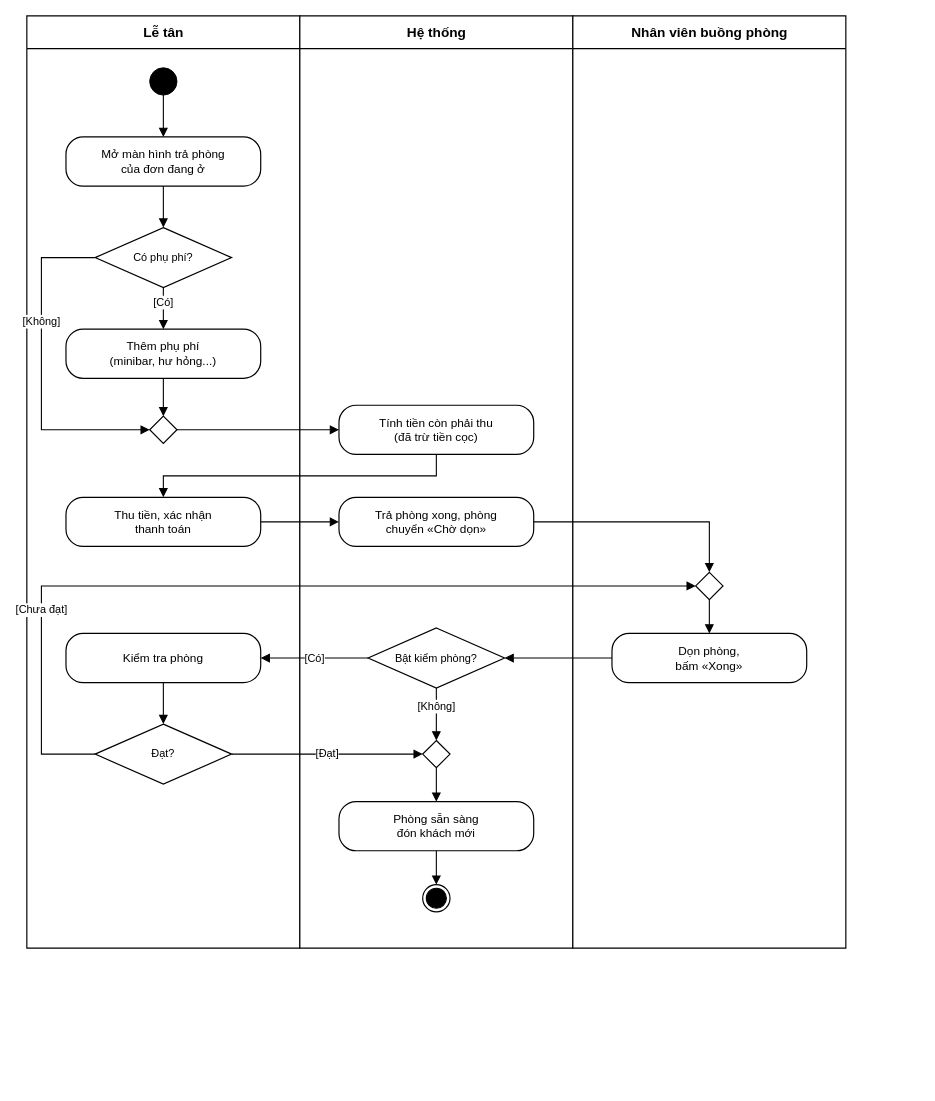
Before: docs/thiet-ke/hd-tra-phong-don-phong.drawio in ngynquchn2511/beach-hotel, a draw.io diagram. Source tidied: cells renumbered, new cells numbered last; positions are measured from the earlier drawing's top-left corner, leaving out a move shared by most shapes. Both pictures are drawn from the tidied source at 91%, with x=0, y=0 at pixel (26, 15).
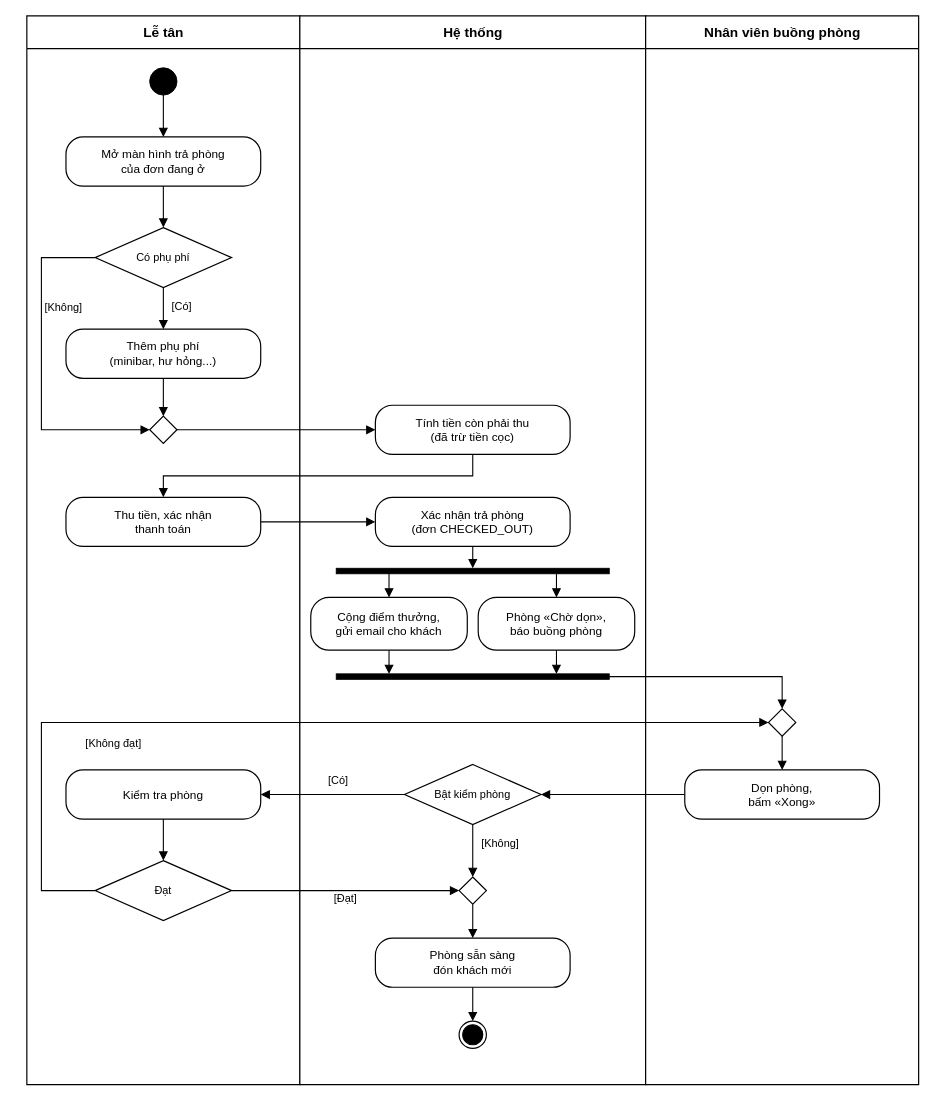
The same diagram, later.

The change refers to these unchanged cells:
```xml
<mxCell id="8" value="Thêm phụ phí&lt;br&gt;(minibar, hư hỏng...)" style="fontFamily=Arial;fontColor=#000000;rounded=1;whiteSpace=wrap;html=1;arcSize=35;fillColor=#FFFFFF;strokeColor=#000000;strokeWidth=1.3;fontSize=13;spacing=6;" parent="1" vertex="1">
  <mxGeometry x="43" y="344.2" width="214" height="54" as="geometry" />
</mxCell>
<mxCell id="9" style="fontFamily=Arial;fontColor=#000000;rhombus;whiteSpace=wrap;html=1;fillColor=#FFFFFF;strokeColor=#000000;strokeWidth=1.3;fontSize=12;" parent="1" vertex="1">
  <mxGeometry x="135" y="439.8" width="30" height="30" as="geometry" />
</mxCell>
<mxCell id="11" value="Thu tiền, xác nhận&lt;br&gt;thanh toán" style="fontFamily=Arial;fontColor=#000000;rounded=1;whiteSpace=wrap;html=1;arcSize=35;fillColor=#FFFFFF;strokeColor=#000000;strokeWidth=1.3;fontSize=13;spacing=6;" parent="1" vertex="1">
  <mxGeometry x="43" y="529" width="214" height="54" as="geometry" />
</mxCell>
```

Diff of the diagram source:
```diff
@@
     <mxCell id="2" value="Lễ tân" style="fontFamily=Arial;fontColor=#000000;swimlane;horizontal=1;startSize=36;html=1;fillColor=#FFFFFF;strokeColor=#000000;strokeWidth=1.3;fontSize=15;fontStyle=1;swimlaneFillColor=#FFFFFF;" parent="1" vertex="1">
-      <mxGeometry width="300" height="1024.4" as="geometry" />
+      <mxGeometry width="300" height="1174.4" as="geometry" />
     </mxCell>
     <mxCell id="3" value="Hệ thống" style="fontFamily=Arial;fontColor=#000000;swimlane;horizontal=1;startSize=36;html=1;fillColor=#FFFFFF;strokeColor=#000000;strokeWidth=1.3;fontSize=15;fontStyle=1;swimlaneFillColor=#FFFFFF;" parent="1" vertex="1">
-      <mxGeometry x="300" width="300" height="1024.4" as="geometry" />
+      <mxGeometry x="300" width="380" height="1174.4" as="geometry" />
     </mxCell>
     <mxCell id="4" value="Nhân viên buồng phòng" style="fontFamily=Arial;fontColor=#000000;swimlane;horizontal=1;startSize=36;html=1;fillColor=#FFFFFF;strokeColor=#000000;strokeWidth=1.3;fontSize=15;fontStyle=1;swimlaneFillColor=#FFFFFF;" parent="1" vertex="1">
-      <mxGeometry x="600" width="300" height="1024.4" as="geometry" />
+      <mxGeometry x="680" width="300" height="1174.4" as="geometry" />
     </mxCell>
@@
-    <mxCell id="7" value="Có phụ phí?" style="fontFamily=Arial;fontColor=#000000;rhombus;whiteSpace=wrap;html=1;fillColor=#FFFFFF;strokeColor=#000000;strokeWidth=1.3;fontSize=12;" parent="1" vertex="1">
+    <mxCell id="7" value="Có phụ phí" style="fontFamily=Arial;fontColor=#000000;rhombus;whiteSpace=wrap;html=1;fillColor=#FFFFFF;strokeColor=#000000;strokeWidth=1.3;fontSize=12;" parent="1" vertex="1">
       <mxGeometry x="75" y="232.6" width="150" height="66" as="geometry" />
     </mxCell>
@@
     <mxCell id="10" value="Tính tiền còn phải thu&lt;br&gt;(đã trừ tiền cọc)" style="fontFamily=Arial;fontColor=#000000;rounded=1;whiteSpace=wrap;html=1;arcSize=35;fillColor=#FFFFFF;strokeColor=#000000;strokeWidth=1.3;fontSize=13;spacing=6;" parent="1" vertex="1">
-      <mxGeometry x="343" y="427.8" width="214" height="54" as="geometry" />
+      <mxGeometry x="383" y="427.8" width="214" height="54" as="geometry" />
     </mxCell>
@@
-    <mxCell id="12" value="Trả phòng xong, phòng&lt;br&gt;chuyển «Chờ dọn»" style="fontFamily=Arial;fontColor=#000000;rounded=1;whiteSpace=wrap;html=1;arcSize=35;fillColor=#FFFFFF;strokeColor=#000000;strokeWidth=1.3;fontSize=13;spacing=6;" parent="1" vertex="1">
-      <mxGeometry x="343" y="529" width="214" height="54" as="geometry" />
+    <mxCell id="12" value="Xác nhận trả phòng&lt;br&gt;(đơn CHECKED_OUT)" style="fontFamily=Arial;fontColor=#000000;rounded=1;whiteSpace=wrap;html=1;arcSize=35;fillColor=#FFFFFF;strokeColor=#000000;strokeWidth=1.3;fontSize=13;spacing=6;" parent="1" vertex="1">
+      <mxGeometry x="383" y="529" width="214" height="54" as="geometry" />
     </mxCell>
     <mxCell id="13" style="fontFamily=Arial;fontColor=#000000;rhombus;whiteSpace=wrap;html=1;fillColor=#FFFFFF;strokeColor=#000000;strokeWidth=1.3;fontSize=12;" parent="1" vertex="1">
-      <mxGeometry x="735" y="611.4" width="30" height="30" as="geometry" />
+      <mxGeometry x="815" y="761.4" width="30" height="30" as="geometry" />
     </mxCell>
     <mxCell id="14" value="Dọn phòng,&lt;br&gt;bấm «Xong»" style="fontFamily=Arial;fontColor=#000000;rounded=1;whiteSpace=wrap;html=1;arcSize=35;fillColor=#FFFFFF;strokeColor=#000000;strokeWidth=1.3;fontSize=13;spacing=6;" parent="1" vertex="1">
-      <mxGeometry x="643" y="678.6" width="214" height="54" as="geometry" />
+      <mxGeometry x="723" y="828.6" width="214" height="54" as="geometry" />
     </mxCell>
-    <mxCell id="15" value="Bật kiểm phòng?" style="fontFamily=Arial;fontColor=#000000;rhombus;whiteSpace=wrap;html=1;fillColor=#FFFFFF;strokeColor=#000000;strokeWidth=1.3;fontSize=12;" parent="1" vertex="1">
-      <mxGeometry x="375" y="672.6" width="150" height="66" as="geometry" />
+    <mxCell id="15" value="Bật kiểm phòng" style="fontFamily=Arial;fontColor=#000000;rhombus;whiteSpace=wrap;html=1;fillColor=#FFFFFF;strokeColor=#000000;strokeWidth=1.3;fontSize=12;" parent="1" vertex="1">
+      <mxGeometry x="415" y="822.6" width="150" height="66" as="geometry" />
     </mxCell>
     <mxCell id="16" value="Kiểm tra phòng" style="fontFamily=Arial;fontColor=#000000;rounded=1;whiteSpace=wrap;html=1;arcSize=35;fillColor=#FFFFFF;strokeColor=#000000;strokeWidth=1.3;fontSize=13;spacing=6;" parent="1" vertex="1">
-      <mxGeometry x="43" y="678.6" width="214" height="54" as="geometry" />
+      <mxGeometry x="43" y="828.6" width="214" height="54" as="geometry" />
     </mxCell>
-    <mxCell id="17" value="Đạt?" style="fontFamily=Arial;fontColor=#000000;rhombus;whiteSpace=wrap;html=1;fillColor=#FFFFFF;strokeColor=#000000;strokeWidth=1.3;fontSize=12;" parent="1" vertex="1">
-      <mxGeometry x="75" y="778.2" width="150" height="66" as="geometry" />
+    <mxCell id="17" value="Đạt" style="fontFamily=Arial;fontColor=#000000;rhombus;whiteSpace=wrap;html=1;fillColor=#FFFFFF;strokeColor=#000000;strokeWidth=1.3;fontSize=12;" parent="1" vertex="1">
+      <mxGeometry x="75" y="928.2" width="150" height="66" as="geometry" />
     </mxCell>
     <mxCell id="18" style="fontFamily=Arial;fontColor=#000000;rhombus;whiteSpace=wrap;html=1;fillColor=#FFFFFF;strokeColor=#000000;strokeWidth=1.3;fontSize=12;" parent="1" vertex="1">
-      <mxGeometry x="435" y="796.2" width="30" height="30" as="geometry" />
+      <mxGeometry x="475" y="946.2" width="30" height="30" as="geometry" />
     </mxCell>
     <mxCell id="19" value="Phòng sẵn sàng&lt;br&gt;đón khách mới" style="fontFamily=Arial;fontColor=#000000;rounded=1;whiteSpace=wrap;html=1;arcSize=35;fillColor=#FFFFFF;strokeColor=#000000;strokeWidth=1.3;fontSize=13;spacing=6;" parent="1" vertex="1">
-      <mxGeometry x="343" y="863.4" width="214" height="54" as="geometry" />
+      <mxGeometry x="383" y="1013.4" width="214" height="54" as="geometry" />
     </mxCell>
     <mxCell id="20" style="ellipse;html=1;shape=endState;fillColor=#000000;strokeColor=#000000;strokeWidth=1.3;" parent="1" vertex="1">
-      <mxGeometry x="435" y="954.6" width="30" height="30" as="geometry" />
+      <mxGeometry x="475" y="1104.6" width="30" height="30" as="geometry" />
     </mxCell>
@@
     <mxCell id="23" value="[Có]" style="fontFamily=Arial;fontColor=#000000;edgeStyle=orthogonalEdgeStyle;rounded=0;html=1;endArrow=block;endFill=1;endSize=7;strokeColor=#000000;strokeWidth=1.2;fontSize=12;labelBackgroundColor=#FFFFFF;exitX=0.5;exitY=1;exitDx=0;exitDy=0;entryX=0.5;entryY=0;entryDx=0;entryDy=0;" parent="1" edge="1" source="7" target="8">
-      <mxGeometry x="-0.3" relative="1" as="geometry" />
+      <mxGeometry x="-0.06" y="20" relative="1" as="geometry" />
     </mxCell>
     <mxCell id="24" value="[Không]" style="fontFamily=Arial;fontColor=#000000;edgeStyle=orthogonalEdgeStyle;rounded=0;html=1;endArrow=block;endFill=1;endSize=7;strokeColor=#000000;strokeWidth=1.2;fontSize=12;labelBackgroundColor=#FFFFFF;exitX=0;exitY=0.5;exitDx=0;exitDy=0;entryX=0;entryY=0.5;entryDx=0;entryDy=0;" parent="1" edge="1" source="7" target="9">
-      <mxGeometry x="-0.3" relative="1" as="geometry">
+      <mxGeometry x="-0.38" y="24" relative="1" as="geometry">
         <Array as="points">
           <mxPoint x="16" y="265.6" />
           <mxPoint x="16" y="454.8" />
         </Array>
       </mxGeometry>
     </mxCell>
@@
     <mxCell id="27" style="fontFamily=Arial;fontColor=#000000;edgeStyle=orthogonalEdgeStyle;rounded=0;html=1;endArrow=block;endFill=1;endSize=7;strokeColor=#000000;strokeWidth=1.2;fontSize=12;labelBackgroundColor=#FFFFFF;exitX=0.5;exitY=1;exitDx=0;exitDy=0;entryX=0.5;entryY=0;entryDx=0;entryDy=0;" parent="1" edge="1" source="10" target="11">
       <mxGeometry relative="1" as="geometry">
         <Array as="points">
-          <mxPoint x="450" y="505.4" />
+          <mxPoint x="490" y="505.4" />
           <mxPoint x="150" y="505.4" />
         </Array>
       </mxGeometry>
     </mxCell>
@@
-    <mxCell id="29" style="fontFamily=Arial;fontColor=#000000;edgeStyle=orthogonalEdgeStyle;rounded=0;html=1;endArrow=block;endFill=1;endSize=7;strokeColor=#000000;strokeWidth=1.2;fontSize=12;labelBackgroundColor=#FFFFFF;exitX=1;exitY=0.5;exitDx=0;exitDy=0;entryX=0.5;entryY=0;entryDx=0;entryDy=0;" parent="1" edge="1" source="12" target="13">
-      <mxGeometry relative="1" as="geometry">
-        <Array as="points">
-          <mxPoint x="750" y="556" />
-        </Array>
-      </mxGeometry>
-    </mxCell>
@@
     <mxCell id="32" value="[Có]" style="fontFamily=Arial;fontColor=#000000;edgeStyle=orthogonalEdgeStyle;rounded=0;html=1;endArrow=block;endFill=1;endSize=7;strokeColor=#000000;strokeWidth=1.2;fontSize=12;labelBackgroundColor=#FFFFFF;exitX=0;exitY=0.5;exitDx=0;exitDy=0;entryX=1;entryY=0.5;entryDx=0;entryDy=0;" parent="1" edge="1" source="15" target="16">
-      <mxGeometry relative="1" as="geometry" />
+      <mxGeometry x="-0.07" y="-16" relative="1" as="geometry" />
     </mxCell>
     <mxCell id="33" value="[Không]" style="fontFamily=Arial;fontColor=#000000;edgeStyle=orthogonalEdgeStyle;rounded=0;html=1;endArrow=block;endFill=1;endSize=7;strokeColor=#000000;strokeWidth=1.2;fontSize=12;labelBackgroundColor=#FFFFFF;exitX=0.5;exitY=1;exitDx=0;exitDy=0;entryX=0.5;entryY=0;entryDx=0;entryDy=0;" parent="1" edge="1" source="15" target="18">
-      <mxGeometry x="-0.3" relative="1" as="geometry" />
+      <mxGeometry x="-0.26" y="30" relative="1" as="geometry" />
     </mxCell>
@@
     <mxCell id="35" value="[Đạt]" style="fontFamily=Arial;fontColor=#000000;edgeStyle=orthogonalEdgeStyle;rounded=0;html=1;endArrow=block;endFill=1;endSize=7;strokeColor=#000000;strokeWidth=1.2;fontSize=12;labelBackgroundColor=#FFFFFF;exitX=1;exitY=0.5;exitDx=0;exitDy=0;entryX=0;entryY=0.5;entryDx=0;entryDy=0;" parent="1" edge="1" source="17" target="18">
-      <mxGeometry relative="1" as="geometry" />
+      <mxGeometry y="-9" relative="1" as="geometry" />
     </mxCell>
-    <mxCell id="36" value="[Chưa đạt]" style="fontFamily=Arial;fontColor=#000000;edgeStyle=orthogonalEdgeStyle;rounded=0;html=1;endArrow=block;endFill=1;endSize=7;strokeColor=#000000;strokeWidth=1.2;fontSize=12;labelBackgroundColor=#FFFFFF;exitX=0;exitY=0.5;exitDx=0;exitDy=0;entryX=0;entryY=0.5;entryDx=0;entryDy=0;" parent="1" edge="1" source="17" target="13">
-      <mxGeometry x="-0.55" relative="1" as="geometry">
+    <mxCell id="36" value="[Không đạt]" style="fontFamily=Arial;fontColor=#000000;edgeStyle=orthogonalEdgeStyle;rounded=0;html=1;endArrow=block;endFill=1;endSize=7;strokeColor=#000000;strokeWidth=1.2;fontSize=12;labelBackgroundColor=#FFFFFF;exitX=0;exitY=0.5;exitDx=0;exitDy=0;entryX=0;entryY=0.5;entryDx=0;entryDy=0;" parent="1" edge="1" source="17" target="13">
+      <mxGeometry x="-0.38" y="-24" relative="1" as="geometry">
         <Array as="points">
-          <mxPoint x="16" y="811.2" />
-          <mxPoint x="16" y="626.4" />
+          <mxPoint x="16" y="961.2" />
+          <mxPoint x="16" y="776.4" />
         </Array>
       </mxGeometry>
     </mxCell>
@@
+    <mxCell id="39" style="rounded=0;html=1;fillColor=#000000;strokeColor=#000000;" parent="1" vertex="1">
+      <mxGeometry x="340" y="607" width="300" height="6" as="geometry" />
+    </mxCell>
+    <mxCell id="40" value="Cộng điểm thưởng,&lt;br&gt;gửi email cho khách" style="fontFamily=Arial;fontColor=#000000;rounded=1;whiteSpace=wrap;html=1;arcSize=35;fillColor=#FFFFFF;strokeColor=#000000;strokeWidth=1.3;fontSize=13;spacing=4;" parent="1" vertex="1">
+      <mxGeometry x="312" y="639" width="172" height="58" as="geometry" />
+    </mxCell>
+    <mxCell id="41" value="Phòng «Chờ dọn»,&lt;br&gt;báo buồng phòng" style="fontFamily=Arial;fontColor=#000000;rounded=1;whiteSpace=wrap;html=1;arcSize=35;fillColor=#FFFFFF;strokeColor=#000000;strokeWidth=1.3;fontSize=13;spacing=4;" parent="1" vertex="1">
+      <mxGeometry x="496" y="639" width="172" height="58" as="geometry" />
+    </mxCell>
+    <mxCell id="42" style="rounded=0;html=1;fillColor=#000000;strokeColor=#000000;" parent="1" vertex="1">
+      <mxGeometry x="340" y="723" width="300" height="6" as="geometry" />
+    </mxCell>
+    <mxCell id="43" style="fontFamily=Arial;fontColor=#000000;edgeStyle=orthogonalEdgeStyle;rounded=0;html=1;endArrow=block;endFill=1;endSize=7;strokeColor=#000000;strokeWidth=1.2;fontSize=12;exitX=0.5;exitY=1;exitDx=0;exitDy=0;entryX=0.5;entryY=0;entryDx=0;entryDy=0;" parent="1" edge="1" source="12" target="39">
+      <mxGeometry relative="1" as="geometry" />
+    </mxCell>
+    <mxCell id="44" style="fontFamily=Arial;fontColor=#000000;edgeStyle=orthogonalEdgeStyle;rounded=0;html=1;endArrow=block;endFill=1;endSize=7;strokeColor=#000000;strokeWidth=1.2;fontSize=12;exitX=0.19333333333333333;exitY=1;exitDx=0;exitDy=0;entryX=0.5;entryY=0;entryDx=0;entryDy=0;" parent="1" edge="1" source="39" target="40">
+      <mxGeometry relative="1" as="geometry" />
+    </mxCell>
+    <mxCell id="45" style="fontFamily=Arial;fontColor=#000000;edgeStyle=orthogonalEdgeStyle;rounded=0;html=1;endArrow=block;endFill=1;endSize=7;strokeColor=#000000;strokeWidth=1.2;fontSize=12;exitX=0.8066666666666666;exitY=1;exitDx=0;exitDy=0;entryX=0.5;entryY=0;entryDx=0;entryDy=0;" parent="1" edge="1" source="39" target="41">
+      <mxGeometry relative="1" as="geometry" />
+    </mxCell>
+    <mxCell id="46" style="fontFamily=Arial;fontColor=#000000;edgeStyle=orthogonalEdgeStyle;rounded=0;html=1;endArrow=block;endFill=1;endSize=7;strokeColor=#000000;strokeWidth=1.2;fontSize=12;exitX=0.5;exitY=1;exitDx=0;exitDy=0;entryX=0.19333333333333333;entryY=0;entryDx=0;entryDy=0;" parent="1" edge="1" source="40" target="42">
+      <mxGeometry relative="1" as="geometry" />
+    </mxCell>
+    <mxCell id="47" style="fontFamily=Arial;fontColor=#000000;edgeStyle=orthogonalEdgeStyle;rounded=0;html=1;endArrow=block;endFill=1;endSize=7;strokeColor=#000000;strokeWidth=1.2;fontSize=12;exitX=0.5;exitY=1;exitDx=0;exitDy=0;entryX=0.8066666666666666;entryY=0;entryDx=0;entryDy=0;" parent="1" edge="1" source="41" target="42">
+      <mxGeometry relative="1" as="geometry" />
+    </mxCell>
+    <mxCell id="48" style="fontFamily=Arial;fontColor=#000000;edgeStyle=orthogonalEdgeStyle;rounded=0;html=1;endArrow=block;endFill=1;endSize=7;strokeColor=#000000;strokeWidth=1.2;fontSize=12;exitX=1;exitY=0.5;exitDx=0;exitDy=0;entryX=0.5;entryY=0;entryDx=0;entryDy=0;" parent="1" edge="1" source="42" target="13">
+      <mxGeometry relative="1" as="geometry">
+        <Array as="points">
+          <mxPoint x="830" y="726" />
+        </Array>
+      </mxGeometry>
+    </mxCell>
```
